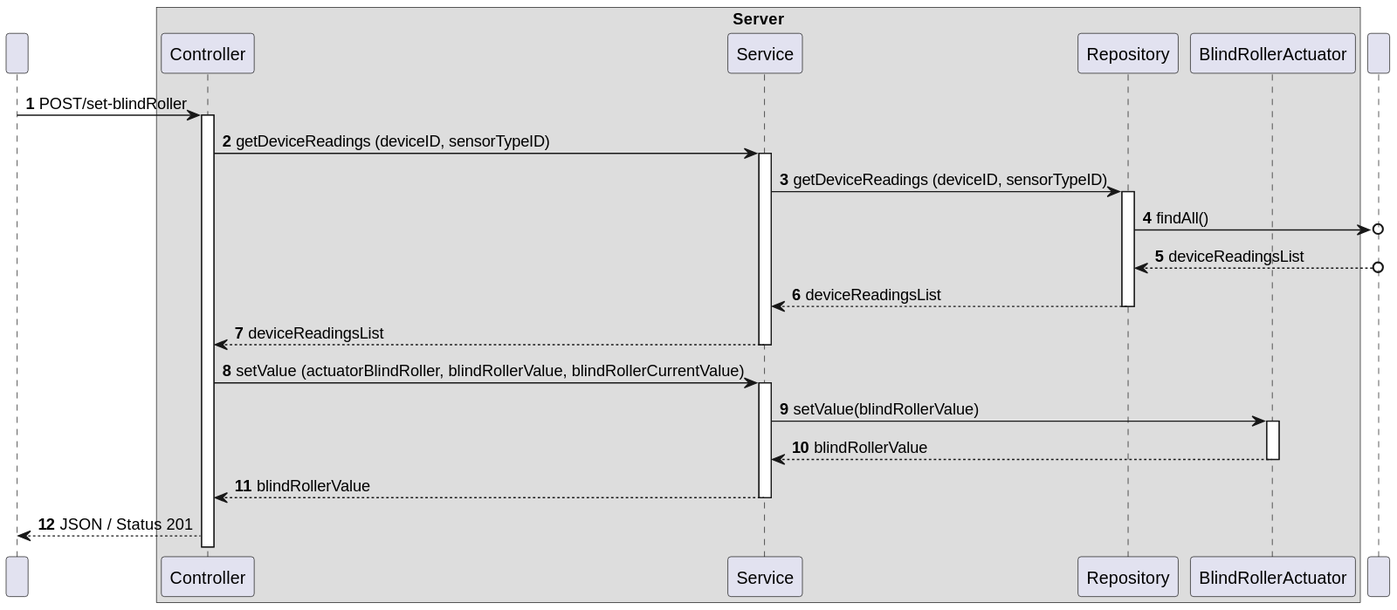
Before: docs/C4_4plus1_models/Level4/ProcessView/ProcessViewLevel4_UC16_v1.svg, a diagram exported from PlantUML (moutajDev/smarthome). Its diagram source:
```plantuml
@startuml
!pragma layout smetana
autonumber

participant " " as HTTP

box "Server"
    participant "Controller" as Controller
    participant Service as Service
    participant Repository as Repository
    participant BlindRollerActuator as BlindRollerActuator

    end box

    participant DataBase as " "


HTTP -> Controller: POST/set-blindRoller
activate Controller

Controller -> Service: getDeviceReadings (deviceID, sensorTypeID)
activate Service

Service -> Repository: getDeviceReadings (deviceID, sensorTypeID)
activate Repository

Repository ->o DataBase: findAll()

DataBase o--> Repository: deviceReadingsList

Repository --> Service: deviceReadingsList
deactivate Repository

Service --> Controller: deviceReadingsList
deactivate Service

Controller -> Service: setValue (actuatorBlindRoller, blindRollerValue, blindRollerCurrentValue)
activate Service

Service -> BlindRollerActuator: setValue(blindRollerValue)
activate BlindRollerActuator

BlindRollerActuator --> Service: blindRollerValue
deactivate BlindRollerActuator

Service --> Controller: blindRollerValue
deactivate Service

Controller --> HTTP: JSON / Status 201
@enduml
```
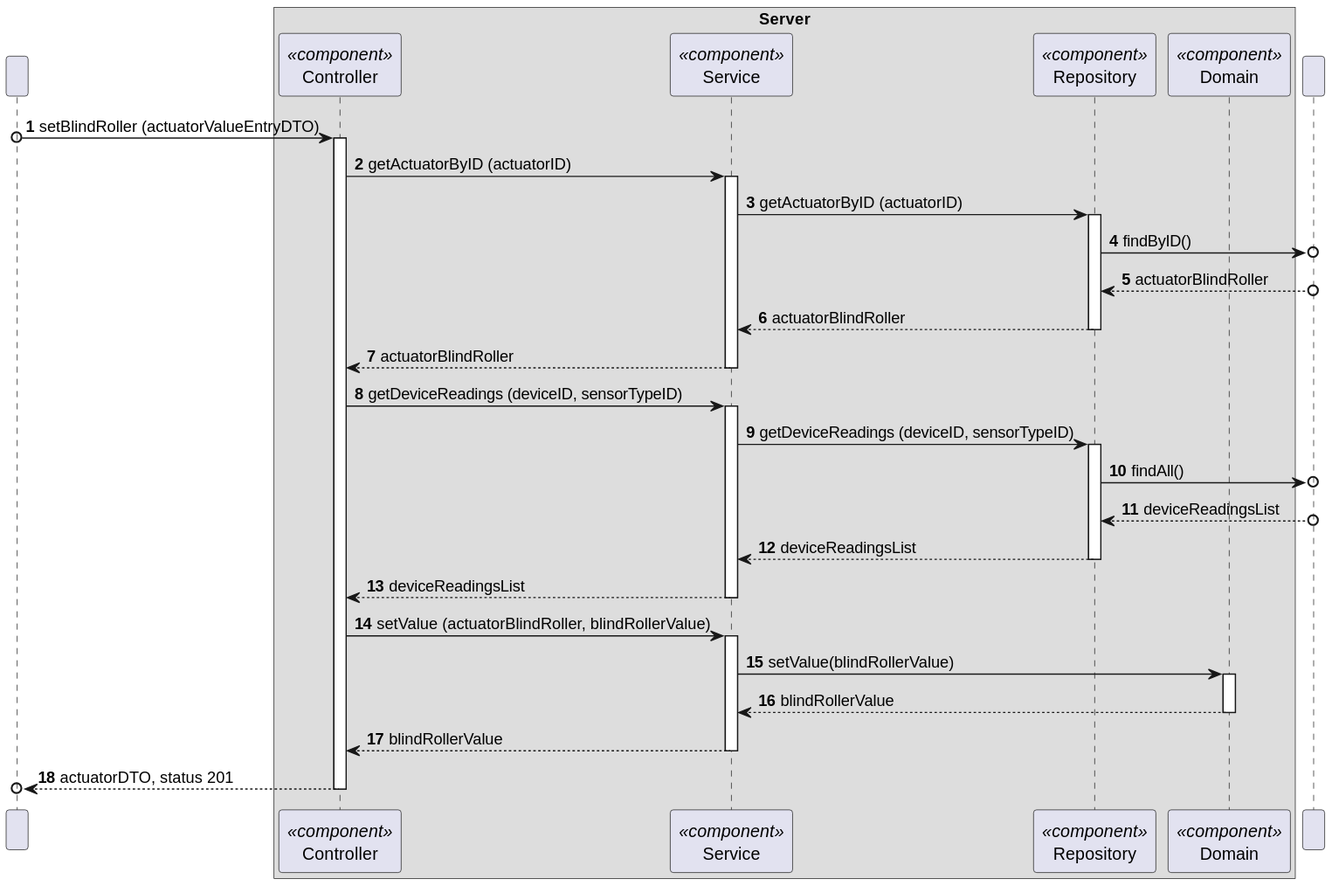
Above is the later version.

The edit, as a diff of the source:
```diff
@@ -5,18 +5,34 @@
 participant " " as HTTP
 
 box "Server"
-    participant "Controller" as Controller
-    participant Service as Service
-    participant Repository as Repository
-    participant BlindRollerActuator as BlindRollerActuator
+    participant "Controller" as Controller<<component>>
+    participant Service as "Service"<<component>>
+    participant Repository as "Repository"<<component>>
+    participant Domain as "Domain"<<component>>
 
     end box
 
     participant DataBase as " "
 
 
-HTTP -> Controller: POST/set-blindRoller
+HTTP o-> Controller: setBlindRoller (actuatorValueEntryDTO)
 activate Controller
+
+Controller -> Service: getActuatorByID (actuatorID)
+activate Service
+
+Service -> Repository: getActuatorByID (actuatorID)
+activate Repository
+
+Repository ->o DataBase: findByID()
+
+DataBase o--> Repository: actuatorBlindRoller
+
+Repository --> Service: actuatorBlindRoller
+deactivate Repository
+
+Service --> Controller: actuatorBlindRoller
+deactivate Service
 
 Controller -> Service: getDeviceReadings (deviceID, sensorTypeID)
 activate Service
@@ -34,17 +50,19 @@
 Service --> Controller: deviceReadingsList
 deactivate Service
 
-Controller -> Service: setValue (actuatorBlindRoller, blindRollerValue, blindRollerCurrentValue)
+Controller -> Service: setValue (actuatorBlindRoller, blindRollerValue)
 activate Service
 
-Service -> BlindRollerActuator: setValue(blindRollerValue)
-activate BlindRollerActuator
+Service -> Domain: setValue(blindRollerValue)
+activate Domain
 
-BlindRollerActuator --> Service: blindRollerValue
-deactivate BlindRollerActuator
+Domain --> Service: blindRollerValue
+deactivate Domain
 
 Service --> Controller: blindRollerValue
 deactivate Service
 
-Controller --> HTTP: JSON / Status 201
+
+Controller -->o HTTP: actuatorDTO, status 201
+deactivate Controller
 @enduml
```
